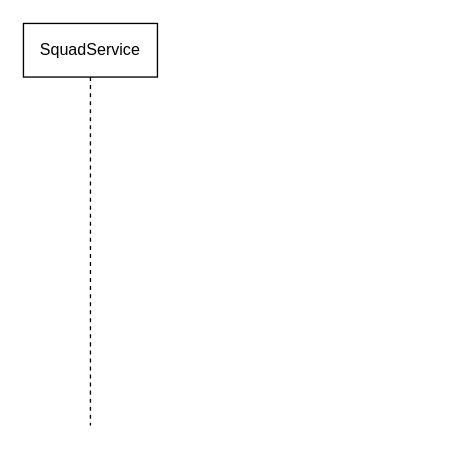
Before: Documentation/Untitled Diagram.drawio.xml in pakirby1/DialControl, a draw.io diagram. Source tidied: cells renumbered, new cells numbered last; positions are measured from the earlier drawing's top-left corner, leaving out a move shared by most shapes. Both pictures are drawn from the tidied source at 134%, with x=0, y=0 at pixel (23, 23).
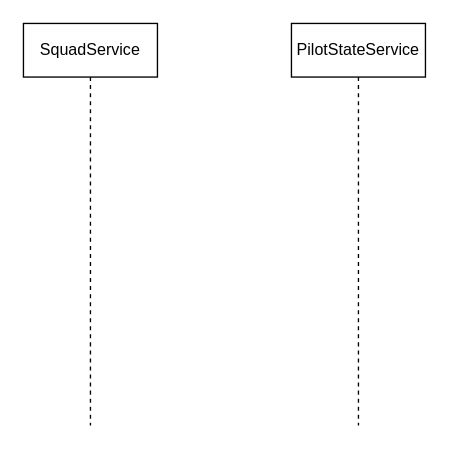
The same diagram, later.

Change to the diagram source:
```diff
@@
 <mxGraphModel>
   <root>
     <mxCell id="0" />
     <mxCell id="1" parent="0" />
     <mxCell id="2" value="SquadService" style="shape=umlLifeline;perimeter=lifelinePerimeter;whiteSpace=wrap;html=1;" parent="1" vertex="1">
       <mxGeometry width="100" height="300" as="geometry" />
     </mxCell>
+    <mxCell id="3" value="PilotStateService" style="shape=umlLifeline;perimeter=lifelinePerimeter;whiteSpace=wrap;html=1;" parent="1" vertex="1">
+      <mxGeometry x="200" width="100" height="300" as="geometry" />
+    </mxCell>
   </root>
 </mxGraphModel>
```
